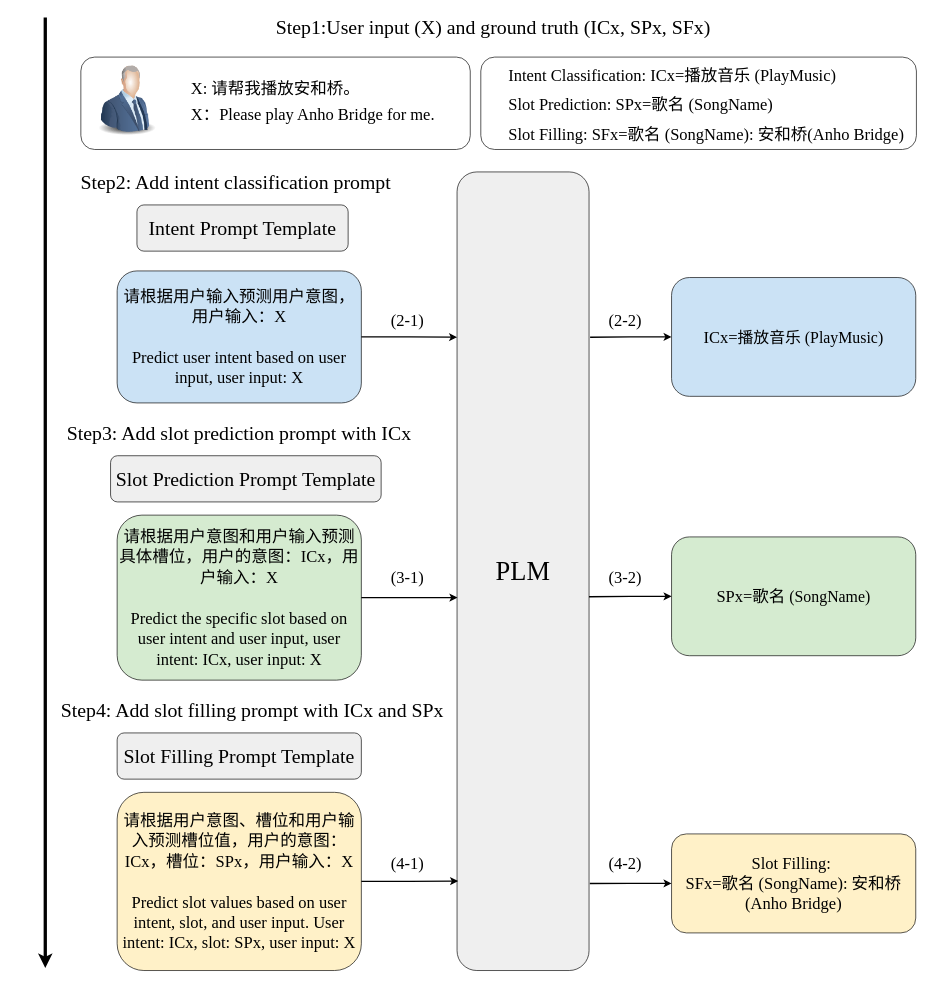
lengyueit/paper_pic keeps this draw.io diagram as chinese_NLU/CpromptNLU.drawio. Above is the earlier version. Source tidied: cells renumbered, new cells numbered last; positions are measured from the earlier drawing's top-left corner, leaving out a move shared by most shapes. Both pictures are drawn from the tidied source at 66%, with x=0, y=0 at pixel (11, 17).
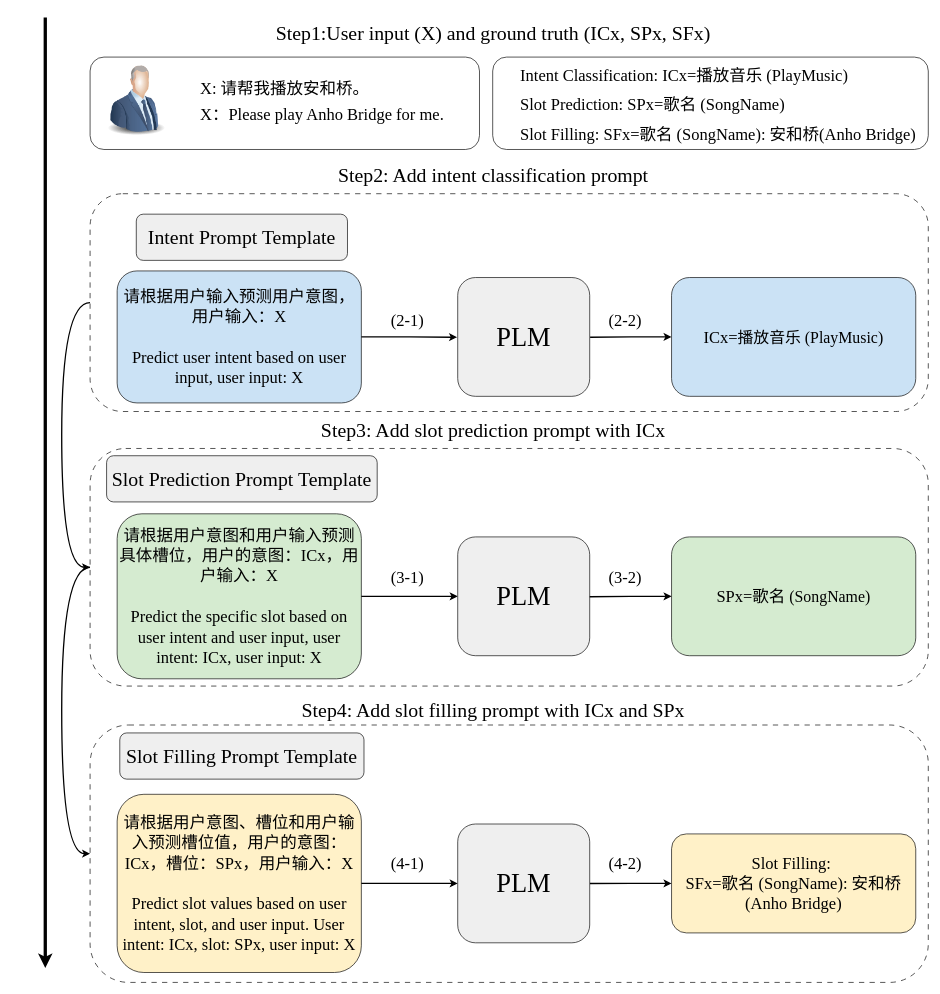
After the change.

Unchanged cells that the change refers to:
```xml
<mxCell id="2" value="&lt;span style=&quot;font-size: 25px; text-align: left;&quot;&gt;&lt;font face=&quot;Times New Roman&quot;&gt;请根据用户输入预测用户意图，用户输入：X&lt;/font&gt;&lt;/span&gt;&lt;div&gt;&lt;span style=&quot;text-align: left;&quot;&gt;&lt;span style=&quot;font-size: 25px;&quot;&gt;&lt;font face=&quot;Times New Roman&quot;&gt;&lt;br&gt;&lt;/font&gt;&lt;/span&gt;&lt;/span&gt;&lt;/div&gt;&lt;div&gt;&lt;span style=&quot;text-align: left;&quot;&gt;&lt;span style=&quot;font-size: 25px;&quot;&gt;&lt;font face=&quot;Times New Roman&quot;&gt;Predict user intent based on user input, user input: X&lt;/font&gt;&lt;/span&gt;&lt;/span&gt;&lt;/div&gt;" style="rounded=1;whiteSpace=wrap;html=1;fillColor=light-dark(#cbe2f5, #ededed);" parent="1" vertex="1">
  <mxGeometry x="160" y="384" width="370" height="200" as="geometry" />
</mxCell>
<mxCell id="8" value="&lt;font face=&quot;Times New Roman&quot;&gt;&lt;span style=&quot;font-size: 25px; text-align: left;&quot;&gt;ICx=&lt;/span&gt;&lt;span style=&quot;font-size: 24px; text-align: left;&quot;&gt;播放音乐 (PlayMusic)&lt;/span&gt;&lt;/font&gt;" style="rounded=1;whiteSpace=wrap;html=1;fillColor=light-dark(#cbe2f5, #ededed);" parent="1" vertex="1">
  <mxGeometry x="1000" y="394" width="370" height="180" as="geometry" />
</mxCell>
<mxCell id="14" value="&lt;font style=&quot;text-align: left; font-size: 25px;&quot; face=&quot;Times New Roman&quot;&gt;&lt;span style=&quot;text-align: center;&quot;&gt;Slot Filling:&amp;nbsp;&lt;/span&gt;&lt;/font&gt;&lt;div&gt;&lt;font face=&quot;Times New Roman&quot;&gt;&lt;font style=&quot;text-align: left; font-size: 25px;&quot;&gt;SFx=&lt;/font&gt;&lt;span style=&quot;text-align: left; font-size: 25px;&quot;&gt;歌名&amp;nbsp;(SongName):&amp;nbsp;&lt;/span&gt;&lt;font style=&quot;text-align: left; font-size: 25px;&quot;&gt;安和桥(Anho Bridge)&lt;/font&gt;&lt;/font&gt;&lt;/div&gt;" style="rounded=1;whiteSpace=wrap;html=1;fillColor=light-dark(#fff1c8, #ededed);" parent="1" vertex="1">
  <mxGeometry x="1000" y="1237" width="370" height="150" as="geometry" />
</mxCell>
```

The edit, as a diff of the source:
```diff
@@
+    <mxCell id="39" style="rounded=1;whiteSpace=wrap;html=1;dashed=1;dashPattern=8 8;" parent="1" vertex="1">
+      <mxGeometry x="119" y="1072" width="1270" height="390" as="geometry" />
+    </mxCell>
+    <mxCell id="40" style="edgeStyle=orthogonalEdgeStyle;rounded=0;jettySize=auto;html=1;exitX=0;exitY=0.5;exitDx=0;exitDy=0;entryX=0;entryY=0.5;entryDx=0;entryDy=0;curved=1;strokeWidth=2;" parent="1" edge="1" source="41" target="39">
+      <mxGeometry relative="1" as="geometry">
+        <Array as="points">
+          <mxPoint x="76" y="833" />
+          <mxPoint x="76" y="1267" />
+        </Array>
+      </mxGeometry>
+    </mxCell>
+    <mxCell id="41" style="rounded=1;whiteSpace=wrap;html=1;dashed=1;dashPattern=8 8;" parent="1" vertex="1">
+      <mxGeometry x="119" y="653" width="1270" height="360" as="geometry" />
+    </mxCell>
+    <mxCell id="42" style="edgeStyle=orthogonalEdgeStyle;rounded=0;jettySize=auto;html=1;exitX=0;exitY=0.5;exitDx=0;exitDy=0;entryX=0;entryY=0.5;entryDx=0;entryDy=0;curved=1;strokeWidth=2;" parent="1" edge="1" source="43" target="41">
+      <mxGeometry relative="1" as="geometry">
+        <Array as="points">
+          <mxPoint x="76" y="432" />
+          <mxPoint x="76" y="833" />
+        </Array>
+      </mxGeometry>
+    </mxCell>
+    <mxCell id="43" style="rounded=1;whiteSpace=wrap;html=1;dashed=1;dashPattern=8 8;" parent="1" vertex="1">
+      <mxGeometry x="119" y="267" width="1270" height="330" as="geometry" />
+    </mxCell>
@@
     <mxCell id="3" value="&lt;font face=&quot;Times New Roman&quot; style=&quot;font-size: 30px;&quot;&gt;Step2: Add intent classification prompt&lt;/font&gt;" style="text;html=1;align=center;verticalAlign=middle;whiteSpace=wrap;rounded=0;" parent="1" vertex="1">
-      <mxGeometry x="40" y="234" width="600" height="30" as="geometry" />
+      <mxGeometry x="430" y="223" width="600" height="30" as="geometry" />
     </mxCell>
     <mxCell id="4" value="&lt;font style=&quot;font-size: 30px;&quot; face=&quot;Times New Roman&quot;&gt;Intent Prompt Template&lt;/font&gt;" style="rounded=1;whiteSpace=wrap;html=1;fillColor=light-dark(#efefef, #ededed);" parent="1" vertex="1">
-      <mxGeometry x="190" y="284" width="320" height="70" as="geometry" />
+      <mxGeometry x="189" y="298" width="320" height="70" as="geometry" />
     </mxCell>
     <mxCell id="5" value="&lt;font face=&quot;Times New Roman&quot; style=&quot;font-size: 30px;&quot;&gt;Slot Prediction Prompt Template&lt;/font&gt;" style="rounded=1;whiteSpace=wrap;html=1;fillColor=light-dark(#efefef, #ededed);" parent="1" vertex="1">
-      <mxGeometry x="150" y="664" width="410" height="70" as="geometry" />
+      <mxGeometry x="144" y="664" width="410" height="70" as="geometry" />
     </mxCell>
     <mxCell id="6" value="&lt;font style=&quot;font-size: 30px;&quot; face=&quot;Times New Roman&quot;&gt;Slot Filling Prompt Template&lt;/font&gt;" style="rounded=1;whiteSpace=wrap;html=1;fillColor=light-dark(#efefef, #ededed);" parent="1" vertex="1">
-      <mxGeometry x="160" y="1084" width="370" height="70" as="geometry" />
+      <mxGeometry x="164" y="1084" width="370" height="70" as="geometry" />
     </mxCell>
-    <mxCell id="7" value="&lt;font style=&quot;font-size: 40px;&quot; face=&quot;Times New Roman&quot;&gt;PLM&lt;/font&gt;" style="rounded=1;whiteSpace=wrap;html=1;fillColor=light-dark(#efefef, #ededed);" parent="1" vertex="1">
-      <mxGeometry x="675" y="234" width="200" height="1210" as="geometry" />
-    </mxCell>
@@
     <mxCell id="9" value="&lt;span style=&quot;font-size: 25px; text-align: left;&quot;&gt;&lt;font face=&quot;Times New Roman&quot;&gt;请根据用户意图和用户输入预测具体槽位，用户的意图：ICx，用户输入：X&lt;/font&gt;&lt;/span&gt;&lt;div&gt;&lt;span style=&quot;text-align: left;&quot;&gt;&lt;span style=&quot;font-size: 25px;&quot;&gt;&lt;font face=&quot;Times New Roman&quot;&gt;&lt;br&gt;&lt;/font&gt;&lt;/span&gt;&lt;/span&gt;&lt;/div&gt;&lt;div&gt;&lt;span style=&quot;text-align: left;&quot;&gt;&lt;span style=&quot;font-size: 25px;&quot;&gt;&lt;font face=&quot;Times New Roman&quot;&gt;Predict the specific slot based on user intent and user input, user intent: ICx, user input: X&lt;/font&gt;&lt;/span&gt;&lt;/span&gt;&lt;/div&gt;" style="rounded=1;whiteSpace=wrap;html=1;fillColor=light-dark(#d5ebd0, #ededed);" parent="1" vertex="1">
-      <mxGeometry x="160" y="754" width="370" height="250" as="geometry" />
+      <mxGeometry x="160" y="752" width="370" height="250" as="geometry" />
     </mxCell>
     <mxCell id="10" value="&lt;font face=&quot;Times New Roman&quot; style=&quot;font-size: 30px;&quot;&gt;Step3: Add slot prediction prompt with ICx&lt;/font&gt;" style="text;html=1;align=center;verticalAlign=middle;whiteSpace=wrap;rounded=0;" parent="1" vertex="1">
-      <mxGeometry y="614" width="690" height="30" as="geometry" />
+      <mxGeometry x="385" y="610" width="690" height="30" as="geometry" />
     </mxCell>
     <mxCell id="11" value="&lt;font face=&quot;Times New Roman&quot; style=&quot;font-size: 30px;&quot;&gt;Step4: Add slot filling prompt with ICx and SPx&lt;/font&gt;" style="text;html=1;align=center;verticalAlign=middle;whiteSpace=wrap;rounded=0;" parent="1" vertex="1">
-      <mxGeometry x="20" y="1034" width="690" height="30" as="geometry" />
+      <mxGeometry x="385" y="1034" width="690" height="30" as="geometry" />
     </mxCell>
     <mxCell id="12" value="&lt;span style=&quot;font-size: 25px; text-align: left;&quot;&gt;&lt;font face=&quot;Times New Roman&quot;&gt;请根据用户意图、槽位和用户输入预测槽位值，用户的意图：ICx，槽位：SPx，用户输入：X&lt;/font&gt;&lt;/span&gt;&lt;div&gt;&lt;span style=&quot;text-align: left;&quot;&gt;&lt;span style=&quot;font-size: 25px;&quot;&gt;&lt;font face=&quot;Times New Roman&quot;&gt;&lt;br&gt;&lt;/font&gt;&lt;/span&gt;&lt;/span&gt;&lt;/div&gt;&lt;div&gt;&lt;span style=&quot;text-align: left;&quot;&gt;&lt;span style=&quot;font-size: 25px;&quot;&gt;&lt;font face=&quot;Times New Roman&quot;&gt;Predict slot values based on user intent, slot, and user input. User intent: ICx, slot: SPx, user input: X&lt;/font&gt;&lt;/span&gt;&lt;/span&gt;&lt;/div&gt;" style="rounded=1;whiteSpace=wrap;html=1;fillColor=light-dark(#fff1c8, #ededed);" parent="1" vertex="1">
-      <mxGeometry x="160" y="1174" width="370" height="270" as="geometry" />
+      <mxGeometry x="160" y="1177" width="370" height="270" as="geometry" />
     </mxCell>
@@
-    <mxCell id="15" style="edgeStyle=orthogonalEdgeStyle;rounded=0;jettySize=auto;html=1;exitX=1;exitY=0.5;exitDx=0;exitDy=0;verticalAlign=middle;entryX=0.003;entryY=0.533;entryDx=0;entryDy=0;entryPerimeter=0;strokeWidth=2;" parent="1" edge="1" source="9" target="7">
-      <mxGeometry relative="1" as="geometry" />
+    <mxCell id="15" style="edgeStyle=orthogonalEdgeStyle;rounded=0;jettySize=auto;html=1;exitX=1;exitY=0.5;exitDx=0;exitDy=0;verticalAlign=middle;strokeWidth=2;" parent="1" edge="1" source="9">
+      <mxGeometry relative="1" as="geometry">
+        <mxPoint x="676" y="877" as="targetPoint" />
+      </mxGeometry>
     </mxCell>
-    <mxCell id="16" style="edgeStyle=orthogonalEdgeStyle;rounded=0;jettySize=auto;html=1;exitX=1;exitY=0.5;exitDx=0;exitDy=0;entryX=0;entryY=0.207;entryDx=0;entryDy=0;entryPerimeter=0;strokeWidth=2;" parent="1" edge="1" source="2" target="7">
-      <mxGeometry relative="1" as="geometry" />
+    <mxCell id="16" style="edgeStyle=orthogonalEdgeStyle;rounded=0;jettySize=auto;html=1;exitX=1;exitY=0.5;exitDx=0;exitDy=0;entryX=0;entryY=0.207;entryDx=0;entryDy=0;entryPerimeter=0;strokeWidth=2;" parent="1" edge="1" source="2">
+      <mxGeometry relative="1" as="geometry">
+        <mxPoint x="675" y="484.5" as="targetPoint" />
+        <Array as="points">
+          <mxPoint x="603" y="484" />
+        </Array>
+      </mxGeometry>
     </mxCell>
-    <mxCell id="17" style="edgeStyle=orthogonalEdgeStyle;rounded=0;jettySize=auto;html=1;exitX=1;exitY=0.5;exitDx=0;exitDy=0;entryX=0.008;entryY=0.888;entryDx=0;entryDy=0;entryPerimeter=0;strokeWidth=2;" parent="1" edge="1" source="12" target="7">
+    <mxCell id="17" style="edgeStyle=orthogonalEdgeStyle;rounded=0;jettySize=auto;html=1;exitX=1;exitY=0.5;exitDx=0;exitDy=0;entryX=0;entryY=0.5;entryDx=0;entryDy=0;strokeWidth=2;" parent="1" edge="1" source="12" target="46">
       <mxGeometry relative="1" as="geometry" />
     </mxCell>
-    <mxCell id="18" style="edgeStyle=orthogonalEdgeStyle;rounded=0;jettySize=auto;html=1;exitX=0;exitY=0.5;exitDx=0;exitDy=0;entryX=1.008;entryY=0.207;entryDx=0;entryDy=0;endArrow=none;endFill=0;startArrow=classic;startFill=1;entryPerimeter=0;strokeWidth=2;" parent="1" edge="1" source="8" target="7">
-      <mxGeometry relative="1" as="geometry" />
+    <mxCell id="18" style="edgeStyle=orthogonalEdgeStyle;rounded=0;jettySize=auto;html=1;exitX=0;exitY=0.5;exitDx=0;exitDy=0;entryX=1.008;entryY=0.207;entryDx=0;entryDy=0;endArrow=none;endFill=0;startArrow=classic;startFill=1;entryPerimeter=0;strokeWidth=2;" parent="1" edge="1" source="8">
+      <mxGeometry relative="1" as="geometry">
+        <mxPoint x="876.6" y="484.5" as="targetPoint" />
+        <Array as="points">
+          <mxPoint x="939" y="484" />
+        </Array>
+      </mxGeometry>
     </mxCell>
@@
-    <mxCell id="20" style="edgeStyle=orthogonalEdgeStyle;rounded=0;jettySize=auto;html=1;entryX=1.006;entryY=0.891;entryDx=0;entryDy=0;entryPerimeter=0;startArrow=classic;startFill=1;endArrow=none;endFill=0;exitX=0;exitY=0.5;exitDx=0;exitDy=0;strokeWidth=2;" parent="1" edge="1" source="14" target="7">
-      <mxGeometry relative="1" as="geometry" />
+    <mxCell id="20" style="edgeStyle=orthogonalEdgeStyle;rounded=0;jettySize=auto;html=1;entryX=1.006;entryY=0.891;entryDx=0;entryDy=0;entryPerimeter=0;startArrow=classic;startFill=1;endArrow=none;endFill=0;exitX=0;exitY=0.5;exitDx=0;exitDy=0;strokeWidth=2;" parent="1" edge="1" source="14">
+      <mxGeometry relative="1" as="geometry">
+        <mxPoint x="876.2" y="1312.1" as="targetPoint" />
+      </mxGeometry>
     </mxCell>
@@
     <mxCell id="27" value="&lt;font face=&quot;Times New Roman&quot; style=&quot;font-size: 30px;&quot;&gt;Step1:User input (X) and ground truth (ICx, SPx, SFx)&lt;/font&gt;" style="text;html=1;align=center;verticalAlign=middle;whiteSpace=wrap;rounded=0;" parent="1" vertex="1">
-      <mxGeometry x="290" width="880" height="30" as="geometry" />
+      <mxGeometry x="290" y="9" width="880" height="30" as="geometry" />
     </mxCell>
     <mxCell id="28" style="group;" parent="1" vertex="1">
-      <mxGeometry x="105" y="60" width="590" height="140" as="geometry" />
+      <mxGeometry x="119" y="60" width="590" height="140" as="geometry" />
     </mxCell>
@@
     <mxCell id="33" style="group;" parent="1" vertex="1">
-      <mxGeometry x="711" y="60" width="660" height="140" as="geometry" />
+      <mxGeometry x="729" y="60" width="660" height="140" as="geometry" />
     </mxCell>
@@
+    <mxCell id="44" value="&lt;font style=&quot;font-size: 40px;&quot; face=&quot;Times New Roman&quot;&gt;PLM&lt;/font&gt;" style="rounded=1;whiteSpace=wrap;html=1;fillColor=light-dark(#efefef, #ededed);" parent="1" vertex="1">
+      <mxGeometry x="676" y="394" width="200" height="180" as="geometry" />
+    </mxCell>
+    <mxCell id="45" value="&lt;font style=&quot;font-size: 40px;&quot; face=&quot;Times New Roman&quot;&gt;PLM&lt;/font&gt;" style="rounded=1;whiteSpace=wrap;html=1;fillColor=light-dark(#efefef, #ededed);" parent="1" vertex="1">
+      <mxGeometry x="676" y="787" width="200" height="180" as="geometry" />
+    </mxCell>
+    <mxCell id="46" value="&lt;font style=&quot;font-size: 40px;&quot; face=&quot;Times New Roman&quot;&gt;PLM&lt;/font&gt;" style="rounded=1;whiteSpace=wrap;html=1;fillColor=light-dark(#efefef, #ededed);" parent="1" vertex="1">
+      <mxGeometry x="676" y="1222" width="200" height="180" as="geometry" />
+    </mxCell>
```
